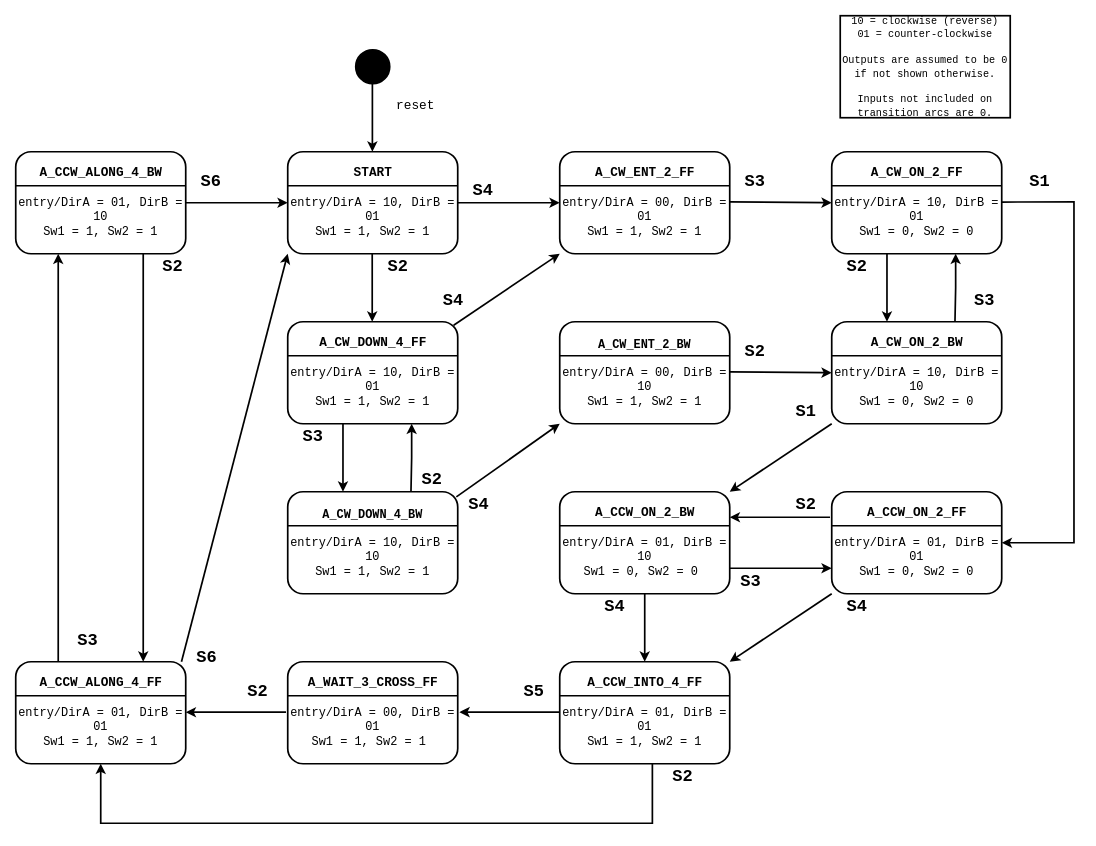
Above: page "Lab6PreLab" (4 of 4) of CS1301/Untitled Diagram.drawio in printjoshhere/CS1301 (draw.io), before the change. Source tidied: cells renumbered, new cells numbered last; positions are measured from the earlier drawing's top-left corner, leaving out a move shared by most shapes. Both pictures are drawn from the tidied source at 85%, with x=0, y=0 at pixel (15, 15).
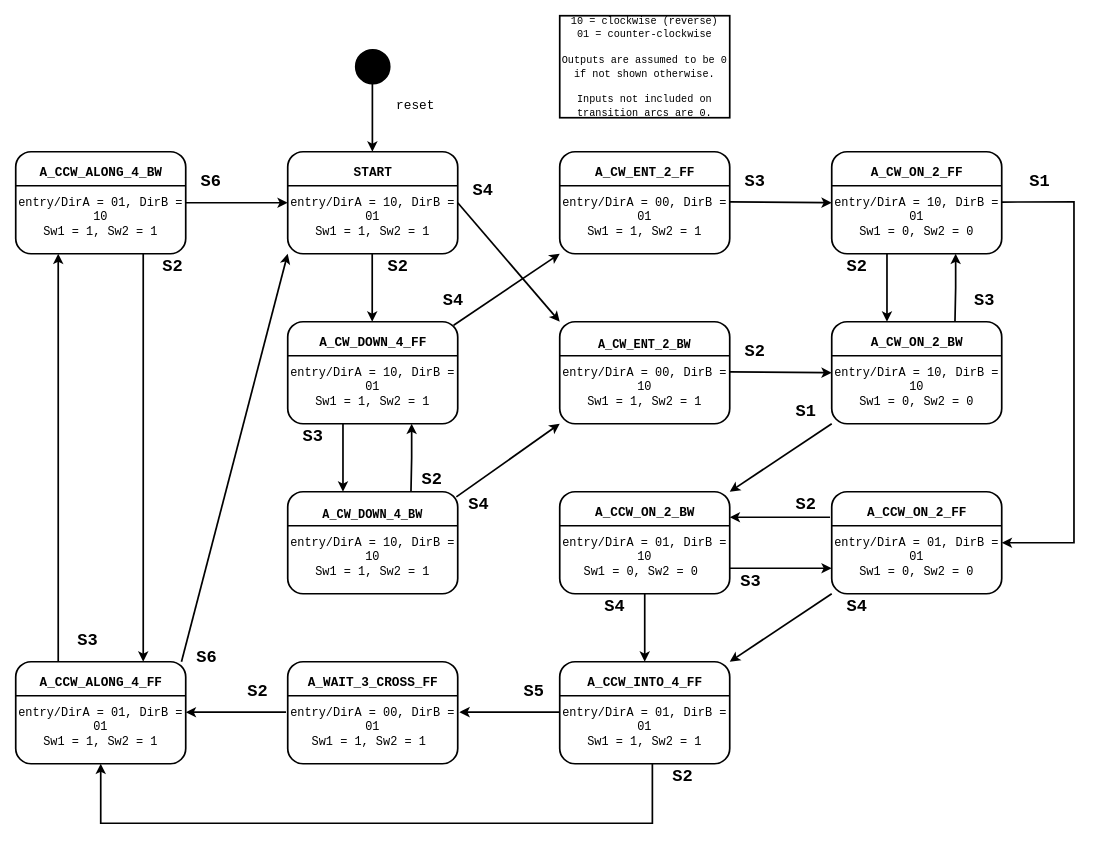
The same diagram, later.

Unchanged cells that the change refers to:
```xml
<mxCell id="27" value="&lt;font style=&quot;font-size: 14px;&quot; face=&quot;consolas&quot;&gt;&lt;br&gt;&lt;br&gt;&lt;br&gt;&lt;font style=&quot;font-size: 14px;&quot;&gt;entry/DirA = 00, DirB = 01&lt;/font&gt;&lt;br&gt;&lt;font style=&quot;font-size: 14px;&quot;&gt;Sw1 = 1, Sw2 = 1&lt;/font&gt;&lt;br&gt;&lt;span style=&quot;&quot;&gt;&amp;nbsp;&lt;/span&gt;&lt;/font&gt;" style="rounded=1;whiteSpace=wrap;html=1;strokeWidth=2;" parent="1" vertex="1">
  <mxGeometry x="640" y="160" width="200" height="120" as="geometry" />
</mxCell>
<mxCell id="54" value="&lt;font style=&quot;font-size: 14px;&quot; face=&quot;consolas&quot;&gt;&lt;br&gt;&lt;b&gt;A_CW_ENT_2_BW&lt;/b&gt;&lt;br&gt;&lt;br&gt;&lt;font style=&quot;font-size: 14px;&quot;&gt;entry/DirA = 00, DirB = 10&lt;/font&gt;&lt;br&gt;&lt;font style=&quot;font-size: 14px;&quot;&gt;Sw1 = 1, Sw2 = 1&lt;/font&gt;&lt;br&gt;&lt;span style=&quot;&quot;&gt;&amp;nbsp;&lt;/span&gt;&lt;/font&gt;" style="rounded=1;whiteSpace=wrap;html=1;strokeWidth=2;" parent="1" vertex="1">
  <mxGeometry x="640" y="360" width="200" height="120" as="geometry" />
</mxCell>
<mxCell id="88" value="&lt;font style=&quot;font-size: 20px;&quot; face=&quot;consolas&quot;&gt;&lt;b&gt;S4&lt;/b&gt;&lt;/font&gt;" style="text;html=1;strokeColor=none;fillColor=none;align=center;verticalAlign=middle;whiteSpace=wrap;rounded=0;" parent="1" vertex="1">
  <mxGeometry x="520" y="190" width="60" height="30" as="geometry" />
</mxCell>
```

The edit, as a diff of the source:
```diff
@@
     <mxCell id="7" value="&lt;font face=&quot;consolas&quot;&gt;10 = clockwise (reverse)&lt;br&gt;01 = counter-clockwise&lt;br&gt;&lt;br&gt;Outputs are assumed to be 0 if not shown otherwise.&lt;br&gt;&lt;br&gt;Inputs not included on transition arcs are 0.&lt;br&gt;&lt;/font&gt;" style="rounded=0;whiteSpace=wrap;html=1;strokeWidth=2;" parent="1" vertex="1">
-      <mxGeometry x="970" width="200" height="120" as="geometry" />
+      <mxGeometry x="640" width="200" height="120" as="geometry" />
     </mxCell>
@@
-    <mxCell id="89" style="endArrow=classic;html=1;rounded=0;strokeWidth=2;fontSize=15;entryX=0;entryY=0.5;entryDx=0;entryDy=0;exitX=0;exitY=1;exitDx=0;exitDy=0;" parent="1" edge="1" source="88" target="27">
+    <mxCell id="89" style="endArrow=classic;html=1;rounded=0;strokeWidth=2;fontSize=15;entryX=0;entryY=0;entryDx=0;entryDy=0;exitX=0;exitY=1;exitDx=0;exitDy=0;" parent="1" edge="1" source="88" target="54">
       <mxGeometry relative="1" as="geometry" />
     </mxCell>
```
